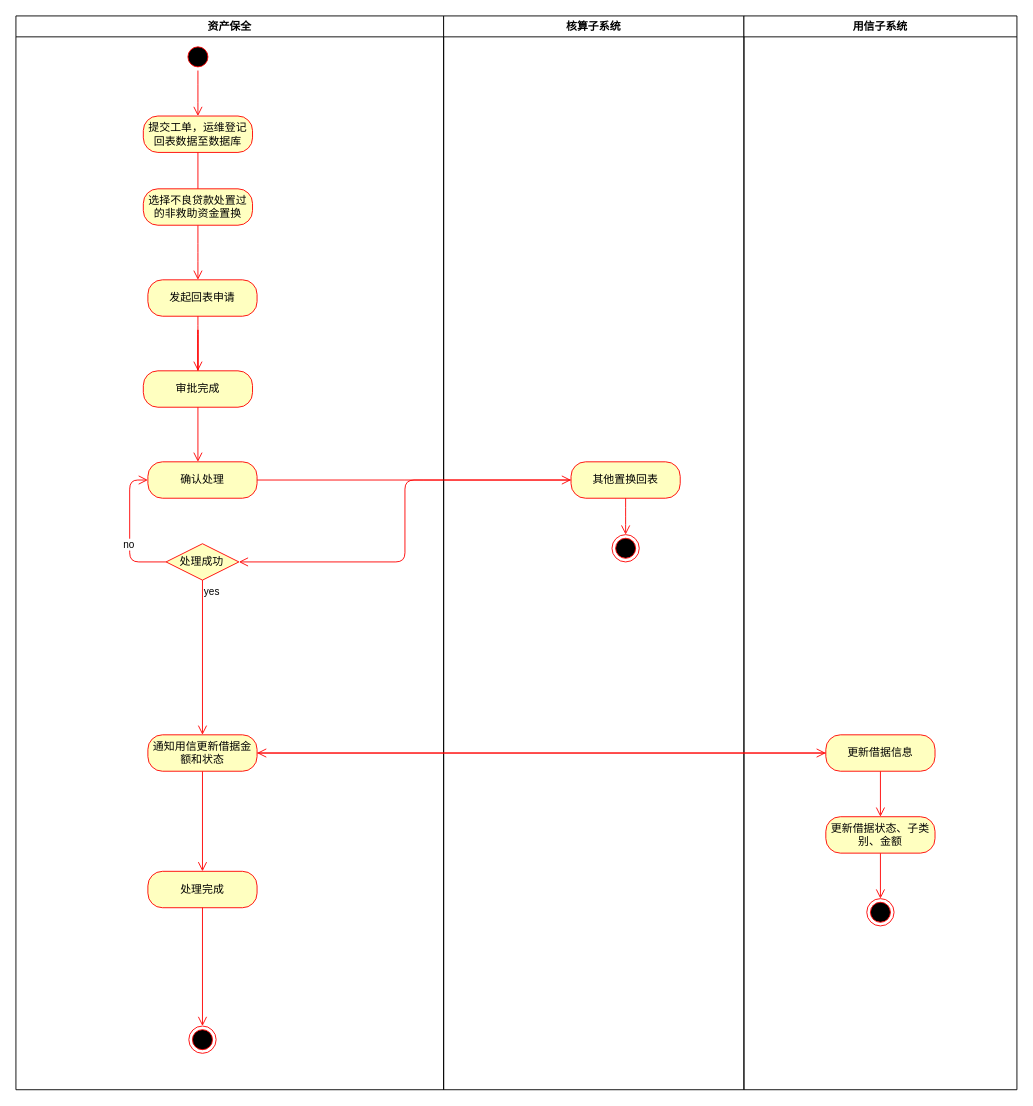
Before: page "核销冲回" (11 of 12) of 资产保全流程.drawio in MinDaHu/UML, a draw.io diagram. Source tidied: cells renumbered, new cells numbered last; positions are measured from the earlier drawing's top-left corner, leaving out a move shared by most shapes. Both pictures are drawn from the tidied source at 91%, with x=0, y=0 at pixel (15, 15).
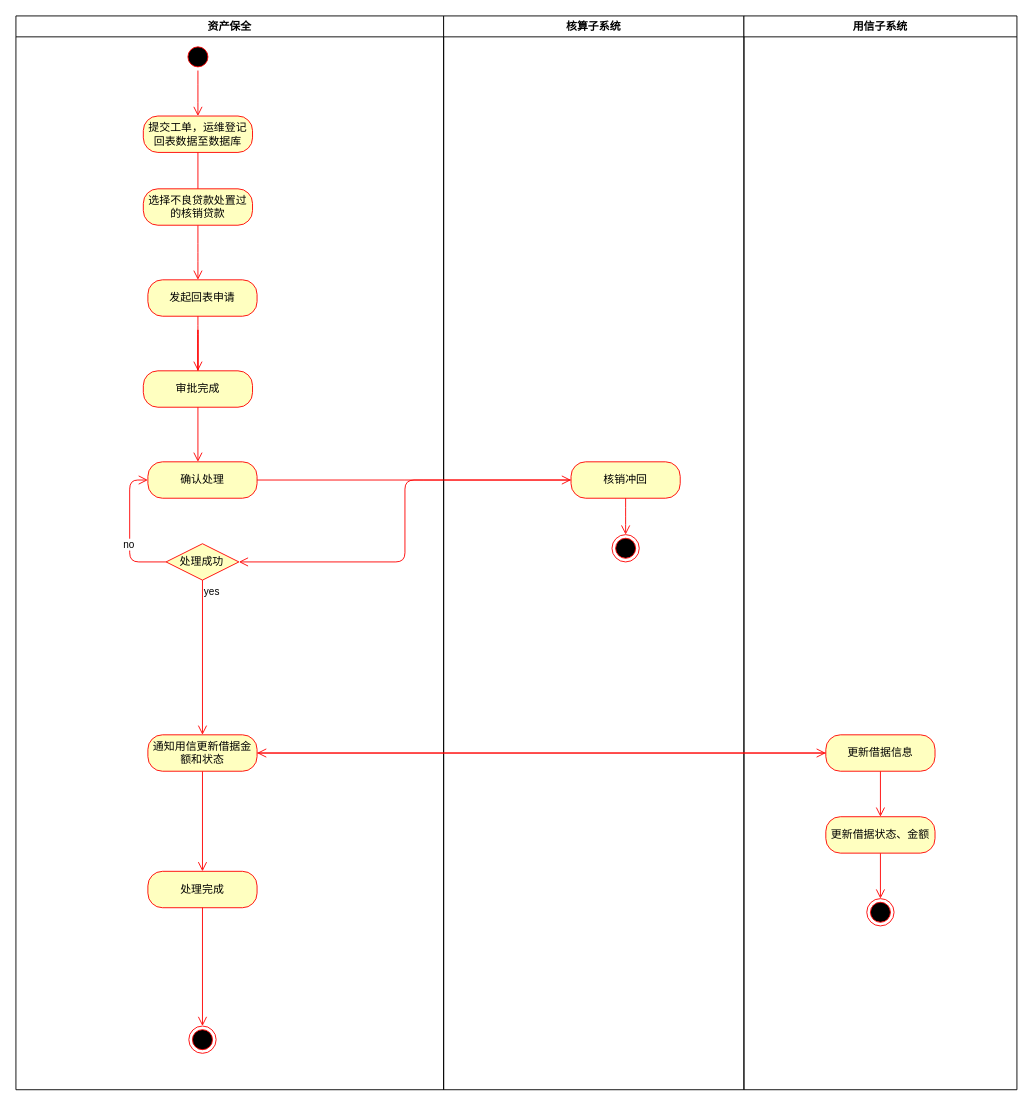
Above is the later version.

Unchanged cells that the change refers to:
```xml
<mxCell id="22" value="核算子系统" style="swimlane;align=center;" parent="1" vertex="1">
  <mxGeometry x="470" width="330" height="1180" as="geometry" />
</mxCell>
<mxCell id="27" value="用信子系统" style="swimlane;align=center;" parent="1" vertex="1">
  <mxGeometry x="800" width="300" height="1180" as="geometry" />
</mxCell>
```

Change to the diagram source:
```diff
@@
-    <mxCell id="6" value="选择不良贷款处置过的非救助资金置换" style="rounded=1;whiteSpace=wrap;html=1;arcSize=40;fontColor=#000000;fillColor=#ffffc0;strokeColor=#ff0000;align=center;" parent="1" vertex="1">
+    <mxCell id="6" value="选择不良贷款处置过的核销贷款" style="rounded=1;whiteSpace=wrap;html=1;arcSize=40;fontColor=#000000;fillColor=#ffffc0;strokeColor=#ff0000;align=center;" parent="1" vertex="1">
       <mxGeometry x="140" y="190" width="120" height="40" as="geometry" />
     </mxCell>
@@
-    <mxCell id="23" value="其他置换回表" style="rounded=1;whiteSpace=wrap;html=1;arcSize=40;fontColor=#000000;fillColor=#ffffc0;strokeColor=#ff0000;align=center;" parent="22" vertex="1">
+    <mxCell id="23" value="核销冲回" style="rounded=1;whiteSpace=wrap;html=1;arcSize=40;fontColor=#000000;fillColor=#ffffc0;strokeColor=#ff0000;align=center;" parent="22" vertex="1">
       <mxGeometry x="140" y="490" width="120" height="40" as="geometry" />
     </mxCell>
@@
-    <mxCell id="31" value="更新借据状态、子类别、金额" style="rounded=1;whiteSpace=wrap;html=1;arcSize=40;fontColor=#000000;fillColor=#ffffc0;strokeColor=#ff0000;align=center;" parent="27" vertex="1">
+    <mxCell id="31" value="更新借据状态、金额" style="rounded=1;whiteSpace=wrap;html=1;arcSize=40;fontColor=#000000;fillColor=#ffffc0;strokeColor=#ff0000;align=center;" parent="27" vertex="1">
       <mxGeometry x="90" y="880" width="120" height="40" as="geometry" />
     </mxCell>
```
